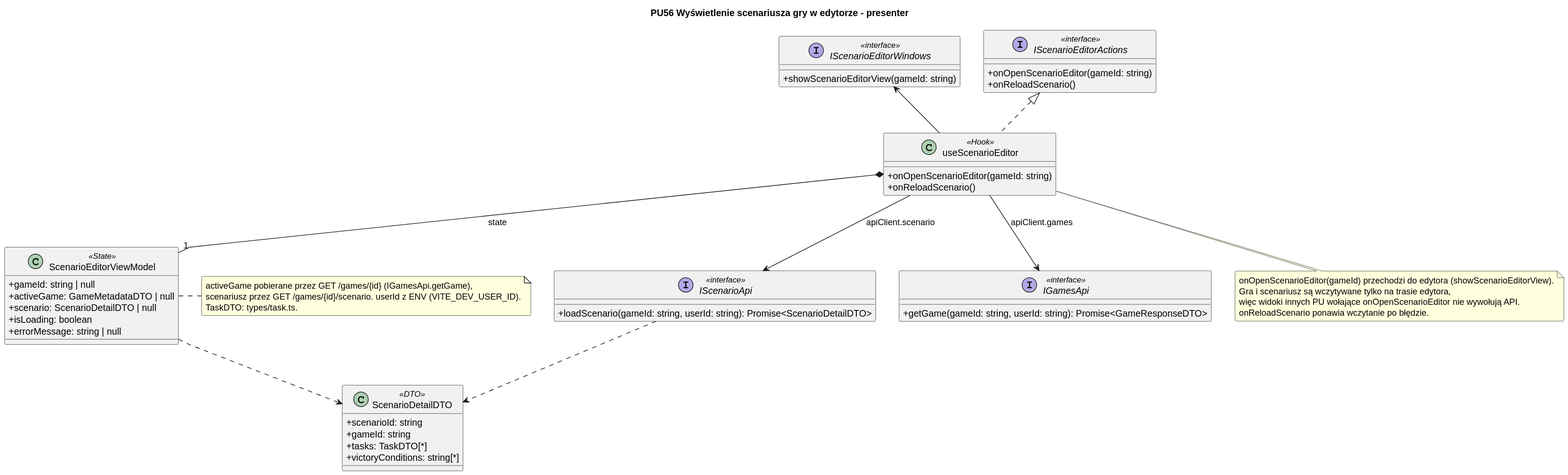
Before: diagrams/frontend/rendered/scenario-editor-presenter.svg, a diagram exported from PlantUML (Igor-Ochocki/POP-2026Z).
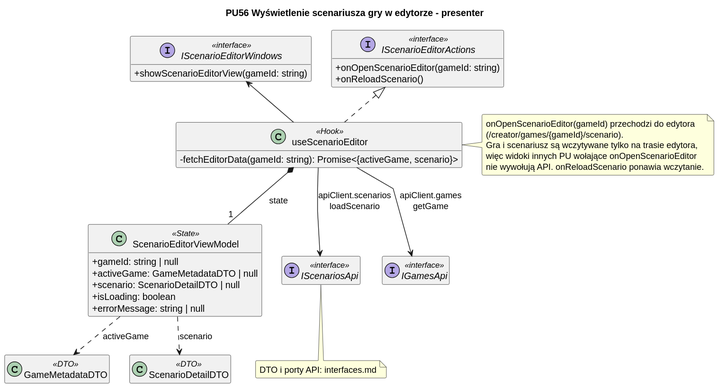
The same file after the commit.

The edit, as a diff of the source:
```diff
@@ -4,13 +4,11 @@
 skinparam shadowing false
 skinparam roundcorner 4
 skinparam linetype polyline
+skinparam nodesep 30
+skinparam ranksep 40
+hide empty members
 
 title PU56 Wyświetlenie scenariusza gry w edytorze - presenter
-
-class useScenarioEditor <<Hook>> {
-    + onOpenScenarioEditor(gameId: string)
-    + onReloadScenario()
-}
 
 interface IScenarioEditorActions <<interface>> {
     + onOpenScenarioEditor(gameId: string)
@@ -21,12 +19,8 @@
     + showScenarioEditorView(gameId: string)
 }
 
-interface IScenarioApi <<interface>> {
-    + loadScenario(gameId: string, userId: string): Promise<ScenarioDetailDTO>
-}
-
-interface IGamesApi <<interface>> {
-    + getGame(gameId: string, userId: string): Promise<GameResponseDTO>
+class useScenarioEditor <<Hook>> {
+    - fetchEditorData(gameId: string): Promise<{activeGame, scenario}>
 }
 
 class ScenarioEditorViewModel <<State>> {
@@ -37,31 +31,28 @@
     + errorMessage: string | null
 }
 
-class ScenarioDetailDTO <<DTO>> {
-    + scenarioId: string
-    + gameId: string
-    + tasks: TaskDTO[*]
-    + victoryConditions: string[*]
-}
+interface IScenariosApi <<interface>>
+interface IGamesApi <<interface>>
+class GameMetadataDTO <<DTO>>
+class ScenarioDetailDTO <<DTO>>
 
 useScenarioEditor .u.|> IScenarioEditorActions
 useScenarioEditor -u-> IScenarioEditorWindows
-useScenarioEditor --> IScenarioApi : apiClient.scenario
-useScenarioEditor --> IGamesApi : apiClient.games
 useScenarioEditor *-- "1" ScenarioEditorViewModel : state
-ScenarioEditorViewModel ..> ScenarioDetailDTO
-IScenarioApi ..> ScenarioDetailDTO
+ScenarioEditorViewModel ..> GameMetadataDTO : activeGame
+ScenarioEditorViewModel ..> ScenarioDetailDTO : scenario
+useScenarioEditor --> IScenariosApi : apiClient.scenarios\nloadScenario
+useScenarioEditor --> IGamesApi : apiClient.games\ngetGame
 
-note bottom of useScenarioEditor
-    onOpenScenarioEditor(gameId) przechodzi do edytora (showScenarioEditorView).
+note right of useScenarioEditor
+    onOpenScenarioEditor(gameId) przechodzi do edytora
+    (/creator/games/{gameId}/scenario).
     Gra i scenariusz są wczytywane tylko na trasie edytora,
-    więc widoki innych PU wołające onOpenScenarioEditor nie wywołują API.
-    onReloadScenario ponawia wczytanie po błędzie.
+    więc widoki innych PU wołające onOpenScenarioEditor
+    nie wywołują API. onReloadScenario ponawia wczytanie.
 end note
 
-note right of ScenarioEditorViewModel
-    activeGame pobierane przez GET /games/{id} (IGamesApi.getGame),
-    scenariusz przez GET /games/{id}/scenario. userId z ENV (VITE_DEV_USER_ID).
-    TaskDTO: types/task.ts.
+note bottom of IScenariosApi
+    DTO i porty API: interfaces.md
 end note
 @enduml
```
